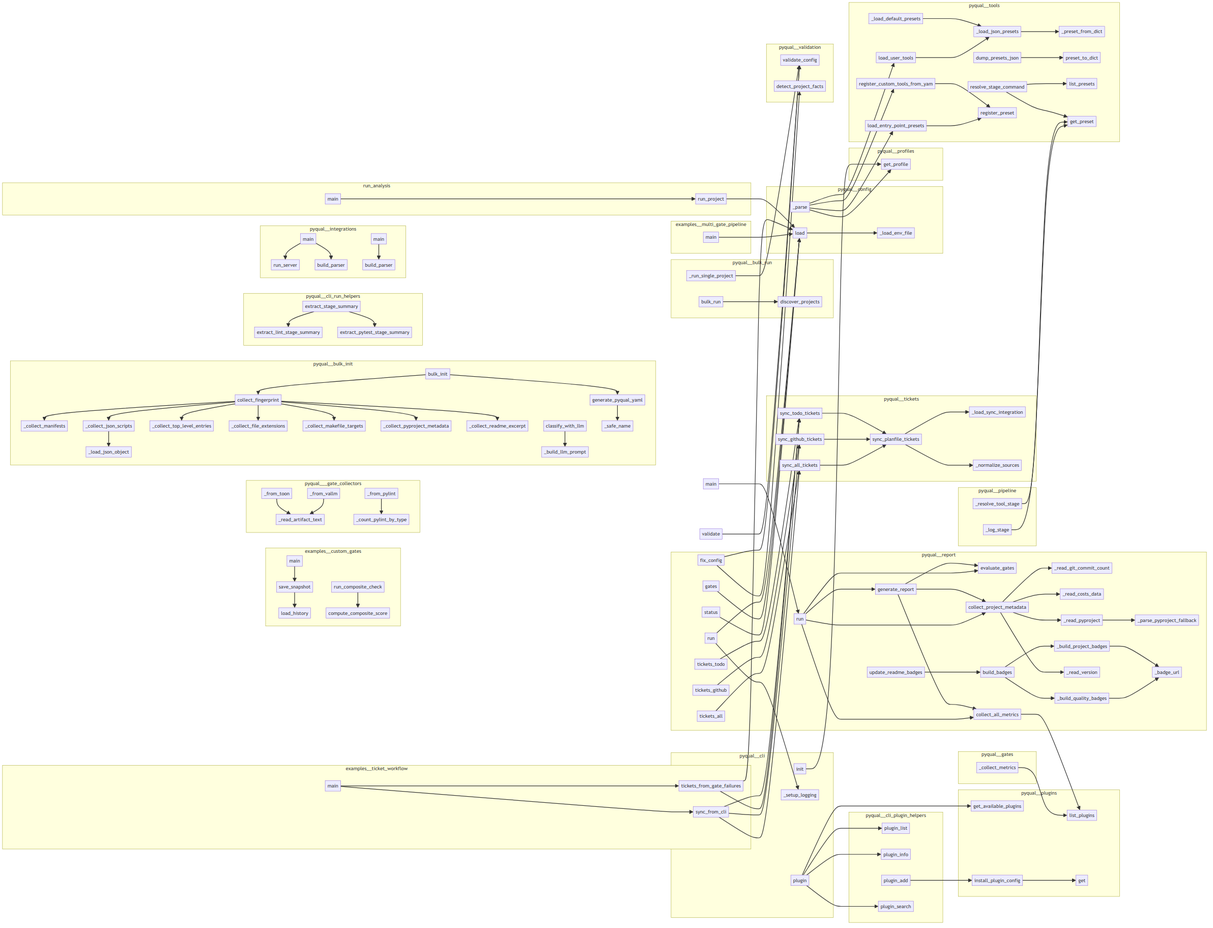
Before: project/calls.png, a diagram exported from Mermaid (semcod/pyqual). Its source is kept beside it as project/calls.mmd.
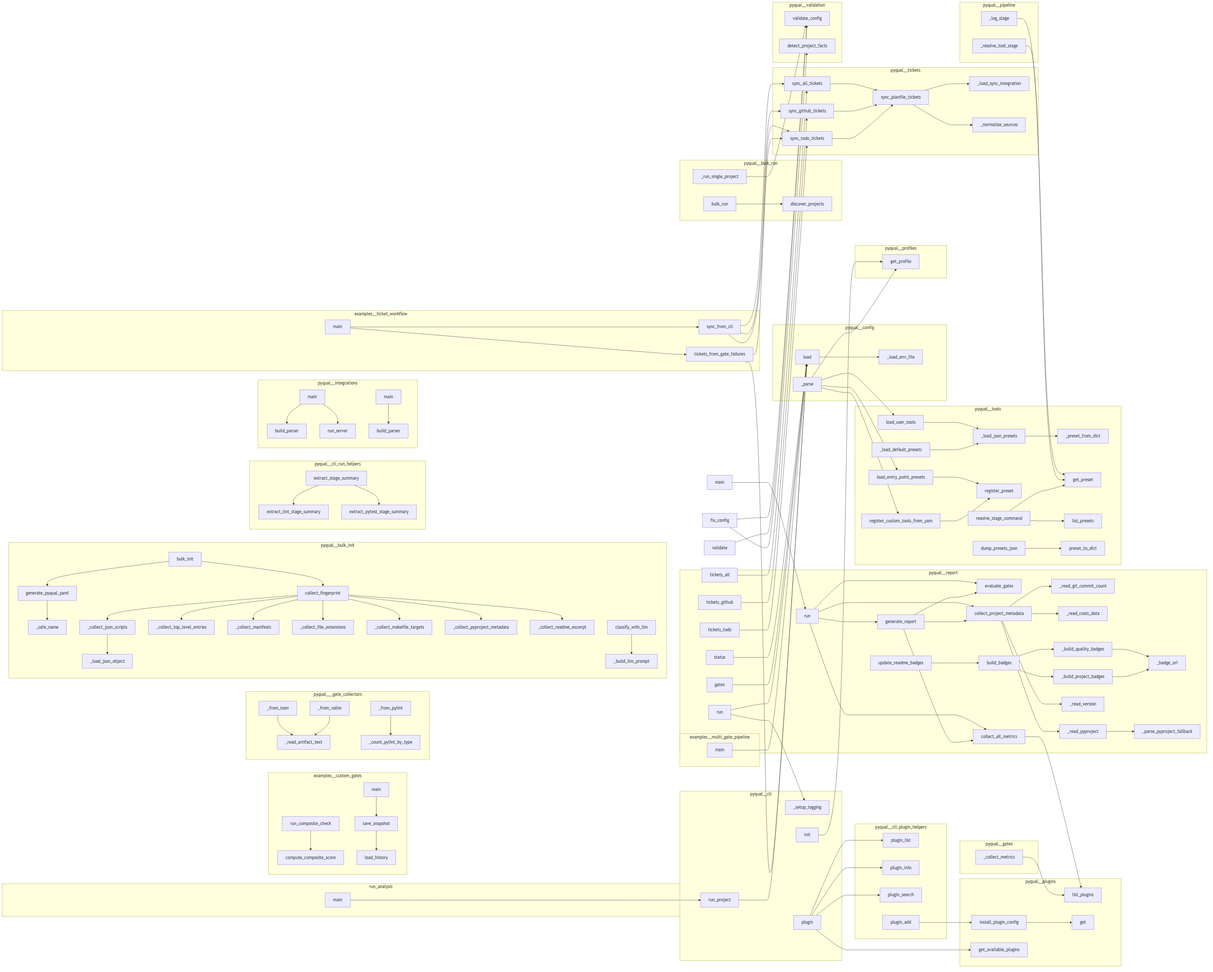
Above is the later version.

What changed in the source:
```diff
@@ -1,65 +1,65 @@
 flowchart LR
     subgraph examples__custom_gates
-        examples__custom_gates__metric_history__load_history["load_history"]
         examples__custom_gates__composite_gates__compute_composite_score["compute_composite_score"]
-        examples__custom_gates__metric_history__save_snapshot["save_snapshot"]
         examples__custom_gates__metric_history__main["main"]
         examples__custom_gates__composite_gates__run_composite_check["run_composite_check"]
+        examples__custom_gates__metric_history__save_snapshot["save_snapshot"]
+        examples__custom_gates__metric_history__load_history["load_history"]
     end
     subgraph examples__multi_gate_pipeline
         examples__multi_gate_pipeline__run_pipeline__main["main"]
     end
     subgraph examples__ticket_workflow
         examples__ticket_workflow__sync_tickets__sync_from_cli["sync_from_cli"]
+        examples__ticket_workflow__sync_tickets__tickets_from_gate_failures["tickets_from_gate_failures"]
         examples__ticket_workflow__sync_tickets__main["main"]
-        examples__ticket_workflow__sync_tickets__tickets_from_gate_failures["tickets_from_gate_failures"]
     end
     subgraph pyqual___gate_collectors
+        pyqual___gate_collectors___read_artifact_text["_read_artifact_text"]
         pyqual___gate_collectors___from_pylint["_from_pylint"]
-        pyqual___gate_collectors___read_artifact_text["_read_artifact_text"]
         pyqual___gate_collectors___count_pylint_by_type["_count_pylint_by_type"]
         pyqual___gate_collectors___from_toon["_from_toon"]
         pyqual___gate_collectors___from_vallm["_from_vallm"]
     end
     subgraph pyqual__bulk_init
+        pyqual__bulk_init___safe_name["_safe_name"]
+        pyqual__bulk_init___collect_readme_excerpt["_collect_readme_excerpt"]
+        pyqual__bulk_init___collect_makefile_targets["_collect_makefile_targets"]
+        pyqual__bulk_init___load_json_object["_load_json_object"]
+        pyqual__bulk_init__classify_with_llm["classify_with_llm"]
+        pyqual__bulk_init___collect_json_scripts["_collect_json_scripts"]
+        pyqual__bulk_init___collect_pyproject_metadata["_collect_pyproject_metadata"]
         pyqual__bulk_init___collect_manifests["_collect_manifests"]
+        pyqual__bulk_init__bulk_init["bulk_init"]
+        pyqual__bulk_init___collect_file_extensions["_collect_file_extensions"]
+        pyqual__bulk_init__collect_fingerprint["collect_fingerprint"]
         pyqual__bulk_init___build_llm_prompt["_build_llm_prompt"]
-        pyqual__bulk_init___load_json_object["_load_json_object"]
         pyqual__bulk_init___collect_top_level_entries["_collect_top_level_entries"]
         pyqual__bulk_init__generate_pyqual_yaml["generate_pyqual_yaml"]
-        pyqual__bulk_init___collect_makefile_targets["_collect_makefile_targets"]
-        pyqual__bulk_init__collect_fingerprint["collect_fingerprint"]
-        pyqual__bulk_init___collect_readme_excerpt["_collect_readme_excerpt"]
-        pyqual__bulk_init___collect_json_scripts["_collect_json_scripts"]
-        pyqual__bulk_init___safe_name["_safe_name"]
-        pyqual__bulk_init___collect_file_extensions["_collect_file_extensions"]
-        pyqual__bulk_init__classify_with_llm["classify_with_llm"]
-        pyqual__bulk_init__bulk_init["bulk_init"]
-        pyqual__bulk_init___collect_pyproject_metadata["_collect_pyproject_metadata"]
     end
     subgraph pyqual__bulk_run
+        pyqual__bulk_run__discover_projects["discover_projects"]
         pyqual__bulk_run__bulk_run["bulk_run"]
         pyqual__bulk_run___run_single_project["_run_single_project"]
-        pyqual__bulk_run__discover_projects["discover_projects"]
     end
     subgraph pyqual__cli
         pyqual__cli__validate["validate"]
+        pyqual__cli___setup_logging["_setup_logging"]
+        pyqual__cli__tickets_todo["tickets_todo"]
+        pyqual__cli__init["init"]
         pyqual__cli__run["run"]
-        pyqual__cli__init["init"]
         pyqual__cli__tickets_github["tickets_github"]
+        pyqual__cli__status["status"]
         pyqual__cli__fix_config["fix_config"]
+        pyqual__cli__plugin["plugin"]
         pyqual__cli__gates["gates"]
-        pyqual__cli__status["status"]
         pyqual__cli__tickets_all["tickets_all"]
-        pyqual__cli___setup_logging["_setup_logging"]
-        pyqual__cli__plugin["plugin"]
-        pyqual__cli__tickets_todo["tickets_todo"]
     end
     subgraph pyqual__cli_plugin_helpers
         pyqual__cli_plugin_helpers__plugin_list["plugin_list"]
         pyqual__cli_plugin_helpers__plugin_info["plugin_info"]
+        pyqual__cli_plugin_helpers__plugin_search["plugin_search"]
         pyqual__cli_plugin_helpers__plugin_add["plugin_add"]
-        pyqual__cli_plugin_helpers__plugin_search["plugin_search"]
     end
     subgraph pyqual__cli_run_helpers
         pyqual__cli_run_helpers__extract_lint_stage_summary["extract_lint_stage_summary"]
@@ -67,72 +67,72 @@
         pyqual__cli_run_helpers__extract_stage_summary["extract_stage_summary"]
     end
     subgraph pyqual__config
+        pyqual__config__PyqualConfig___parse["_parse"]
+        pyqual__config__PyqualConfig__load["load"]
         pyqual__config___load_env_file["_load_env_file"]
-        pyqual__config__PyqualConfig__load["load"]
-        pyqual__config__PyqualConfig___parse["_parse"]
     end
     subgraph pyqual__gates
         pyqual__gates__GateSet___collect_metrics["_collect_metrics"]
     end
     subgraph pyqual__integrations
-        pyqual__integrations__llx_mcp_service__run_server["run_server"]
         pyqual__integrations__llx_mcp_service__main["main"]
+        pyqual__integrations__llx_mcp_service__build_parser["build_parser"]
         pyqual__integrations__llx_mcp__build_parser["build_parser"]
         pyqual__integrations__llx_mcp__main["main"]
-        pyqual__integrations__llx_mcp_service__build_parser["build_parser"]
+        pyqual__integrations__llx_mcp_service__run_server["run_server"]
     end
     subgraph pyqual__pipeline
         pyqual__pipeline__Pipeline___log_stage["_log_stage"]
         pyqual__pipeline__Pipeline___resolve_tool_stage["_resolve_tool_stage"]
     end
     subgraph pyqual__plugins
+        pyqual__plugins__PluginRegistry__list_plugins["list_plugins"]
+        pyqual__plugins__install_plugin_config["install_plugin_config"]
+        pyqual__plugins__PluginRegistry__get["get"]
         pyqual__plugins__get_available_plugins["get_available_plugins"]
-        pyqual__plugins__PluginRegistry__list_plugins["list_plugins"]
-        pyqual__plugins__PluginRegistry__get["get"]
-        pyqual__plugins__install_plugin_config["install_plugin_config"]
     end
     subgraph pyqual__profiles
         pyqual__profiles__get_profile["get_profile"]
     end
     subgraph pyqual__report
+        pyqual__report__generate_report["generate_report"]
+        pyqual__report___read_git_commit_count["_read_git_commit_count"]
+        pyqual__report__update_readme_badges["update_readme_badges"]
         pyqual__report__evaluate_gates["evaluate_gates"]
-        pyqual__report___read_git_commit_count["_read_git_commit_count"]
-        pyqual__report__generate_report["generate_report"]
         pyqual__report___read_costs_data["_read_costs_data"]
-        pyqual__report__update_readme_badges["update_readme_badges"]
+        pyqual__report__build_badges["build_badges"]
+        pyqual__report__main["main"]
+        pyqual__report___build_quality_badges["_build_quality_badges"]
+        pyqual__report___read_pyproject["_read_pyproject"]
+        pyqual__report___badge_url["_badge_url"]
+        pyqual__report___parse_pyproject_fallback["_parse_pyproject_fallback"]
+        pyqual__report__collect_all_metrics["collect_all_metrics"]
+        pyqual__report__run["run"]
+        pyqual__report___read_version["_read_version"]
         pyqual__report__collect_project_metadata["collect_project_metadata"]
-        pyqual__report__build_badges["build_badges"]
-        pyqual__report___parse_pyproject_fallback["_parse_pyproject_fallback"]
-        pyqual__report___badge_url["_badge_url"]
-        pyqual__report___read_pyproject["_read_pyproject"]
-        pyqual__report__run["run"]
-        pyqual__report__collect_all_metrics["collect_all_metrics"]
         pyqual__report___build_project_badges["_build_project_badges"]
-        pyqual__report__main["main"]
-        pyqual__report___read_version["_read_version"]
-        pyqual__report___build_quality_badges["_build_quality_badges"]
     end
     subgraph pyqual__tickets
+        pyqual__tickets__sync_github_tickets["sync_github_tickets"]
         pyqual__tickets___load_sync_integration["_load_sync_integration"]
-        pyqual__tickets__sync_planfile_tickets["sync_planfile_tickets"]
         pyqual__tickets__sync_todo_tickets["sync_todo_tickets"]
-        pyqual__tickets__sync_github_tickets["sync_github_tickets"]
         pyqual__tickets__sync_all_tickets["sync_all_tickets"]
         pyqual__tickets___normalize_sources["_normalize_sources"]
+        pyqual__tickets__sync_planfile_tickets["sync_planfile_tickets"]
     end
     subgraph pyqual__tools
         pyqual__tools___preset_from_dict["_preset_from_dict"]
-        pyqual__tools__preset_to_dict["preset_to_dict"]
-        pyqual__tools__dump_presets_json["dump_presets_json"]
-        pyqual__tools__resolve_stage_command["resolve_stage_command"]
-        pyqual__tools__list_presets["list_presets"]
-        pyqual__tools__load_entry_point_presets["load_entry_point_presets"]
-        pyqual__tools__load_user_tools["load_user_tools"]
         pyqual__tools___load_default_presets["_load_default_presets"]
         pyqual__tools__get_preset["get_preset"]
         pyqual__tools___load_json_presets["_load_json_presets"]
+        pyqual__tools__register_preset["register_preset"]
         pyqual__tools__register_custom_tools_from_yaml["register_custom_tools_from_yam"]
-        pyqual__tools__register_preset["register_preset"]
+        pyqual__tools__dump_presets_json["dump_presets_json"]
+        pyqual__tools__load_user_tools["load_user_tools"]
+        pyqual__tools__list_presets["list_presets"]
+        pyqual__tools__preset_to_dict["preset_to_dict"]
+        pyqual__tools__load_entry_point_presets["load_entry_point_presets"]
+        pyqual__tools__resolve_stage_command["resolve_stage_command"]
     end
     subgraph pyqual__validation
         pyqual__validation__validate_config["validate_config"]
@@ -142,9 +142,9 @@
         run_analysis__main["main"]
         run_analysis__run_project["run_project"]
     end
-    examples__custom_gates__composite_gates__run_composite_check --> examples__custom_gates__composite_gates__compute_composite_score
     run_analysis__run_project --> pyqual__config__PyqualConfig__load
     run_analysis__main --> run_analysis__run_project
+    examples__custom_gates__composite_gates__run_composite_check --> examples__custom_gates__composite_gates__compute_composite_score
     examples__custom_gates__metric_history__save_snapshot --> examples__custom_gates__metric_history__load_history
     examples__custom_gates__metric_history__main --> examples__custom_gates__metric_history__save_snapshot
     examples__ticket_workflow__sync_tickets__sync_from_cli --> pyqual__tickets__sync_github_tickets
@@ -169,12 +169,12 @@
     pyqual__tools__load_entry_point_presets --> pyqual__tools__register_preset
     pyqual__tools__resolve_stage_command --> pyqual__tools__get_preset
     pyqual__tools__resolve_stage_command --> pyqual__tools__list_presets
+    pyqual__gates__GateSet___collect_metrics --> pyqual__plugins__PluginRegistry__list_plugins
     pyqual__tickets__sync_planfile_tickets --> pyqual__tickets___load_sync_integration
     pyqual__tickets__sync_planfile_tickets --> pyqual__tickets___normalize_sources
     pyqual__tickets__sync_todo_tickets --> pyqual__tickets__sync_planfile_tickets
     pyqual__tickets__sync_github_tickets --> pyqual__tickets__sync_planfile_tickets
     pyqual__tickets__sync_all_tickets --> pyqual__tickets__sync_planfile_tickets
-    pyqual__gates__GateSet___collect_metrics --> pyqual__plugins__PluginRegistry__list_plugins
     pyqual__cli__init --> pyqual__profiles__get_profile
     pyqual__cli__run --> pyqual__cli___setup_logging
     pyqual__cli__run --> pyqual__config__PyqualConfig__load
@@ -208,11 +208,11 @@
     pyqual__bulk_init__generate_pyqual_yaml --> pyqual__bulk_init___safe_name
     pyqual__bulk_init__bulk_init --> pyqual__bulk_init__collect_fingerprint
     pyqual__bulk_init__bulk_init --> pyqual__bulk_init__generate_pyqual_yaml
+    pyqual__bulk_run___run_single_project --> pyqual__validation__validate_config
+    pyqual__bulk_run__bulk_run --> pyqual__bulk_run__discover_projects
     pyqual__integrations__llx_mcp_service__main --> pyqual__integrations__llx_mcp_service__build_parser
     pyqual__integrations__llx_mcp_service__main --> pyqual__integrations__llx_mcp_service__run_server
     pyqual__integrations__llx_mcp__main --> pyqual__integrations__llx_mcp__build_parser
-    pyqual__bulk_run___run_single_project --> pyqual__validation__validate_config
-    pyqual__bulk_run__bulk_run --> pyqual__bulk_run__discover_projects
     pyqual__report___read_pyproject --> pyqual__report___parse_pyproject_fallback
     pyqual__report__collect_project_metadata --> pyqual__report___read_pyproject
     pyqual__report__collect_project_metadata --> pyqual__report___read_version
```
